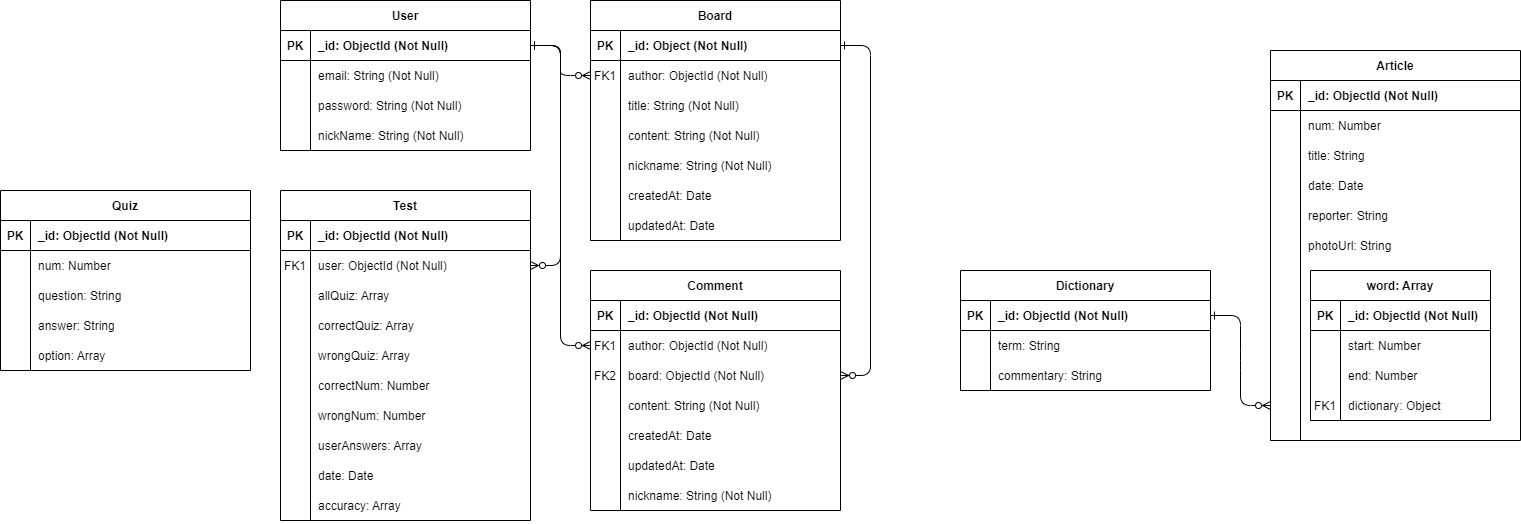
Above: DB.drawio.png in financial-cbt/financial-cbt-express (draw.io), before the change. Source tidied: cells renumbered, new cells last; positions are measured from the earlier drawing's top-left corner, leaving out a move shared by most shapes.
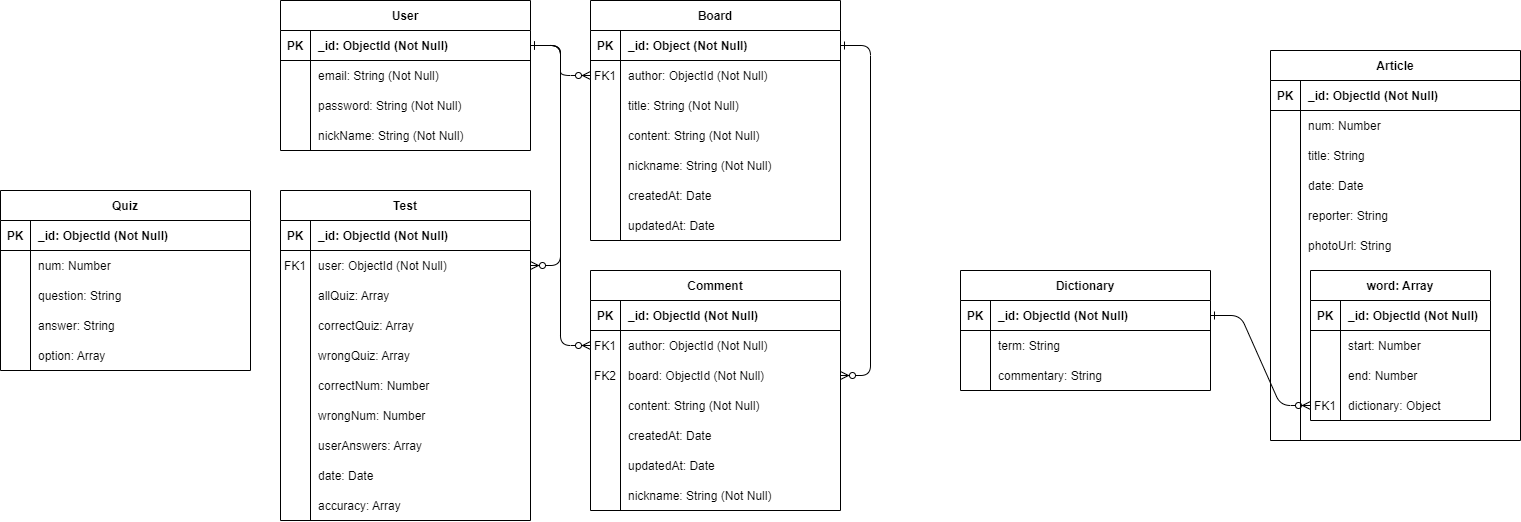
The same file after the commit.

Change to the diagram source:
```diff
@@ -397,8 +397,10 @@
         </Array>
       </mxGeometry>
     </mxCell>
-    <mxCell id="127" style="edgeStyle=entityRelationEdgeStyle;endArrow=ERzeroToMany;startArrow=ERone;endFill=1;startFill=0;" parent="1" edge="1" source="134" target="179">
-      <mxGeometry relative="1" as="geometry" />
+    <mxCell id="127" style="edgeStyle=entityRelationEdgeStyle;endArrow=ERzeroToMany;startArrow=ERone;endFill=1;startFill=0;" parent="1" edge="1" source="134">
+      <mxGeometry relative="1" as="geometry">
+        <mxPoint x="1310" y="405" as="targetPoint" />
+      </mxGeometry>
     </mxCell>
     <mxCell id="128" style="group;" parent="1" vertex="1">
       <mxGeometry x="960" y="270" width="250" height="120" as="geometry" />
@@ -564,11 +566,8 @@
     <mxCell id="179" style="shape=partialRectangle;fillColor=none;points=[[0,0.5],[1,0.5]];portConstraint=eastwest;top=0;left=0;right=0;bottom=0;" parent="162" vertex="1">
       <mxGeometry x="-40" y="120" width="250" height="30" as="geometry" />
     </mxCell>
-    <mxCell id="180" style="shape=partialRectangle;overflow=hidden;fillColor=none;top=0;left=0;bottom=0;right=0;" parent="179" vertex="1">
-      <mxGeometry width="30" height="30" as="geometry" />
-    </mxCell>
-    <mxCell id="181" style="shape=partialRectangle;overflow=hidden;fillColor=none;top=0;left=0;bottom=0;right=0;align=left;spacingLeft=6;" parent="179" vertex="1">
-      <mxGeometry x="30" width="220" height="30" as="geometry" />
+    <mxCell id="181" style="shape=partialRectangle;overflow=hidden;fillColor=none;top=0;left=0;bottom=0;right=0;align=left;spacingLeft=6;" parent="162" vertex="1">
+      <mxGeometry x="-10" y="120" width="220" height="30" as="geometry" />
     </mxCell>
   </root>
 </mxGraphModel>
```
